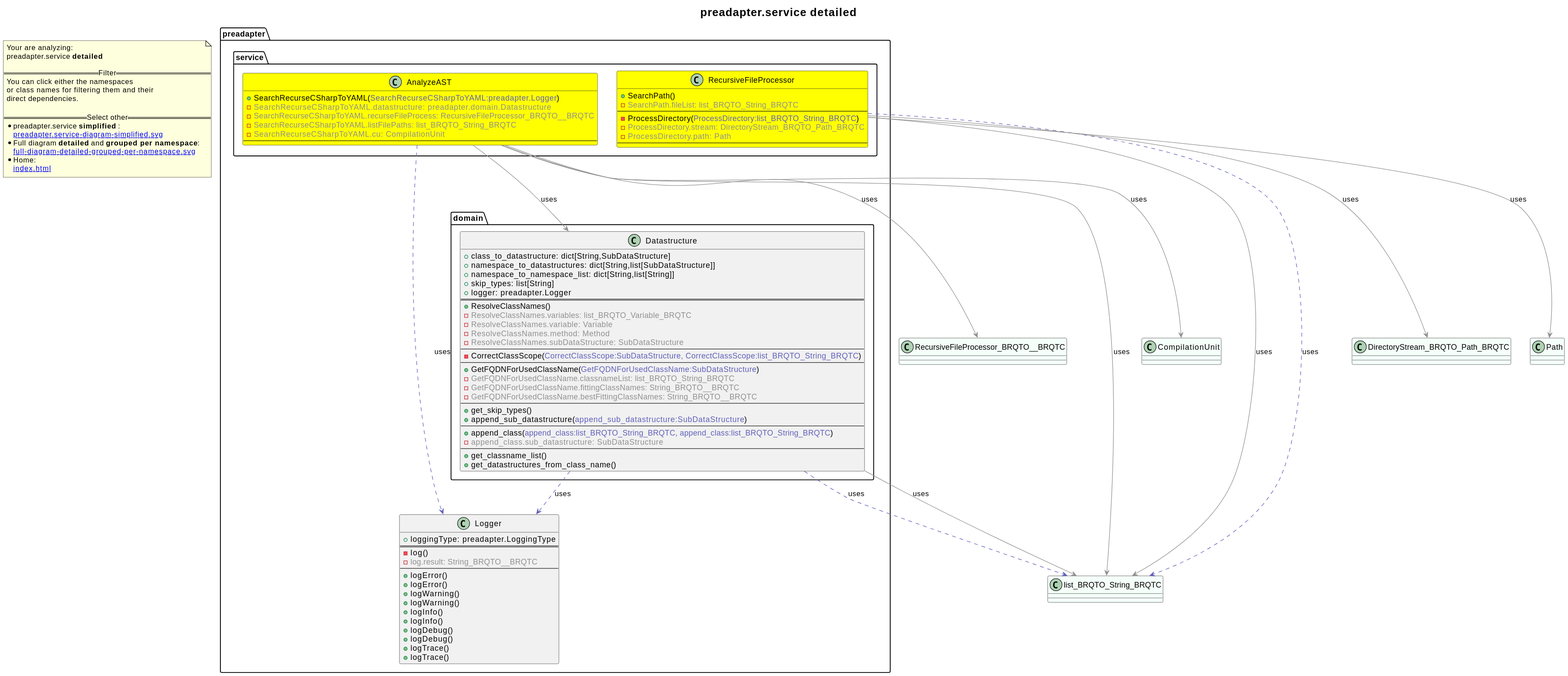
Before: revenger-java-adapter.out/preadapter.service-diagram-detailed.svg, a diagram exported from PlantUML (2BlackCoffees/revenger). The source it was exported from:
```plantuml
@startuml
title <size:20>preadapter.service **detailed** </size>
note "Your are analyzing:\npreadapter.service **detailed** \n\n==Filter==\nYou can click either the namespaces \nor class names for filtering them and their\ndirect dependencies.\n\n==Select other==\n* preadapter.service **simplified** :\n   [[preadapter.service-diagram-simplified.svg]]\n* Full diagram **detailed** and **grouped per namespace**:\n   [[full-diagram-detailed-grouped-per-namespace.svg]]\n* Home:\n   [[index.html]]" as FloatingNote
class RecursiveFileProcessor_BRQTO__BRQTC [[RecursiveFileProcessor_BRQTO__BRQTC-diagram-detailed.svg]] #MintCream {
}
class list_BRQTO_String_BRQTC [[list_BRQTO_String_BRQTC-diagram-detailed.svg]] #MintCream {
}
class CompilationUnit [[CompilationUnit-diagram-detailed.svg]] #MintCream {
}
class DirectoryStream_BRQTO_Path_BRQTC [[DirectoryStream_BRQTO_Path_BRQTC-diagram-detailed.svg]] #MintCream {
}
class Path [[Path-diagram-detailed.svg]] #MintCream {
}
class preadapter.Logger [[preadapter.Logger-diagram-detailed.svg]]  {
  + loggingType: preadapter.LoggingType
==
  - log(<font color="6060BB"></font>)
  - <font color="909090">log.result: String_BRQTO__BRQTC</font>
--
  + logError(<font color="6060BB"></font>)
  + logError(<font color="6060BB"></font>)
  + logWarning(<font color="6060BB"></font>)
  + logWarning(<font color="6060BB"></font>)
  + logInfo(<font color="6060BB"></font>)
  + logInfo(<font color="6060BB"></font>)
  + logDebug(<font color="6060BB"></font>)
  + logDebug(<font color="6060BB"></font>)
  + logTrace(<font color="6060BB"></font>)
  + logTrace(<font color="6060BB"></font>)
}
  class preadapter.domain.Datastructure [[preadapter.domain.Datastructure-diagram-detailed.svg]]  {
    + class_to_datastructure: dict[String,SubDataStructure]
    + namespace_to_datastructures: dict[String,list[SubDataStructure]]
    + namespace_to_namespace_list: dict[String,list[String]]
    + skip_types: list[String]
    + logger: preadapter.Logger
==
    + ResolveClassNames(<font color="6060BB"></font>)
    - <font color="909090">ResolveClassNames.variables: list_BRQTO_Variable_BRQTC</font>
    - <font color="909090">ResolveClassNames.variable: Variable</font>
    - <font color="909090">ResolveClassNames.method: Method</font>
    - <font color="909090">ResolveClassNames.subDataStructure: SubDataStructure</font>
--
    - CorrectClassScope(<font color="6060BB">CorrectClassScope:SubDataStructure, CorrectClassScope:list_BRQTO_String_BRQTC</font>)
--
    + GetFQDNForUsedClassName(<font color="6060BB">GetFQDNForUsedClassName:SubDataStructure</font>)
    - <font color="909090">GetFQDNForUsedClassName.classnameList: list_BRQTO_String_BRQTC</font>
    - <font color="909090">GetFQDNForUsedClassName.fittingClassNames: String_BRQTO__BRQTC</font>
    - <font color="909090">GetFQDNForUsedClassName.bestFittingClassNames: String_BRQTO__BRQTC</font>
--
    + get_skip_types(<font color="6060BB"></font>)
    + append_sub_datastructure(<font color="6060BB">append_sub_datastructure:SubDataStructure</font>)
--
    + append_class(<font color="6060BB">append_class:list_BRQTO_String_BRQTC, append_class:list_BRQTO_String_BRQTC</font>)
    - <font color="909090">append_class.sub_datastructure: SubDataStructure</font>
--
    + get_classname_list(<font color="6060BB"></font>)
    + get_datastructures_from_class_name(<font color="6060BB"></font>)
  }
  class preadapter.service.AnalyzeAST [[preadapter.service.AnalyzeAST-diagram-detailed.svg]] #yellow {
    + SearchRecurseCSharpToYAML(<font color="6060BB">SearchRecurseCSharpToYAML:preadapter.Logger</font>)
    - <font color="909090">SearchRecurseCSharpToYAML.datastructure: preadapter.domain.Datastructure</font>
    - <font color="909090">SearchRecurseCSharpToYAML.recurseFileProcess: RecursiveFileProcessor_BRQTO__BRQTC</font>
    - <font color="909090">SearchRecurseCSharpToYAML.listFilePaths: list_BRQTO_String_BRQTC</font>
    - <font color="909090">SearchRecurseCSharpToYAML.cu: CompilationUnit</font>
--
  }
  class preadapter.service.RecursiveFileProcessor [[preadapter.service.RecursiveFileProcessor-diagram-detailed.svg]] #yellow {
    + SearchPath(<font color="6060BB"></font>)
    - <font color="909090">SearchPath.fileList: list_BRQTO_String_BRQTC</font>
--
    - ProcessDirectory(<font color="6060BB">ProcessDirectory:list_BRQTO_String_BRQTC</font>)
    - <font color="909090">ProcessDirectory.stream: DirectoryStream_BRQTO_Path_BRQTC</font>
    - <font color="909090">ProcessDirectory.path: Path</font>
--
  }
preadapter.domain.Datastructure .[#6060BB].> preadapter.Logger  : uses
preadapter.domain.Datastructure .[#6060BB].> list_BRQTO_String_BRQTC  : uses
preadapter.domain.Datastructure -[#909090]-> list_BRQTO_String_BRQTC  : uses
preadapter.service.AnalyzeAST .[#6060BB].> preadapter.Logger  : uses
preadapter.service.AnalyzeAST -[#909090]-> preadapter.domain.Datastructure  : uses
preadapter.service.AnalyzeAST -[#909090]-> RecursiveFileProcessor_BRQTO__BRQTC  : uses
preadapter.service.AnalyzeAST -[#909090]-> list_BRQTO_String_BRQTC  : uses
preadapter.service.AnalyzeAST -[#909090]-> CompilationUnit  : uses
preadapter.service.RecursiveFileProcessor -[#909090]-> list_BRQTO_String_BRQTC  : uses
preadapter.service.RecursiveFileProcessor .[#6060BB].> list_BRQTO_String_BRQTC  : uses
preadapter.service.RecursiveFileProcessor -[#909090]-> DirectoryStream_BRQTO_Path_BRQTC  : uses
preadapter.service.RecursiveFileProcessor -[#909090]-> Path  : uses
@enduml
```
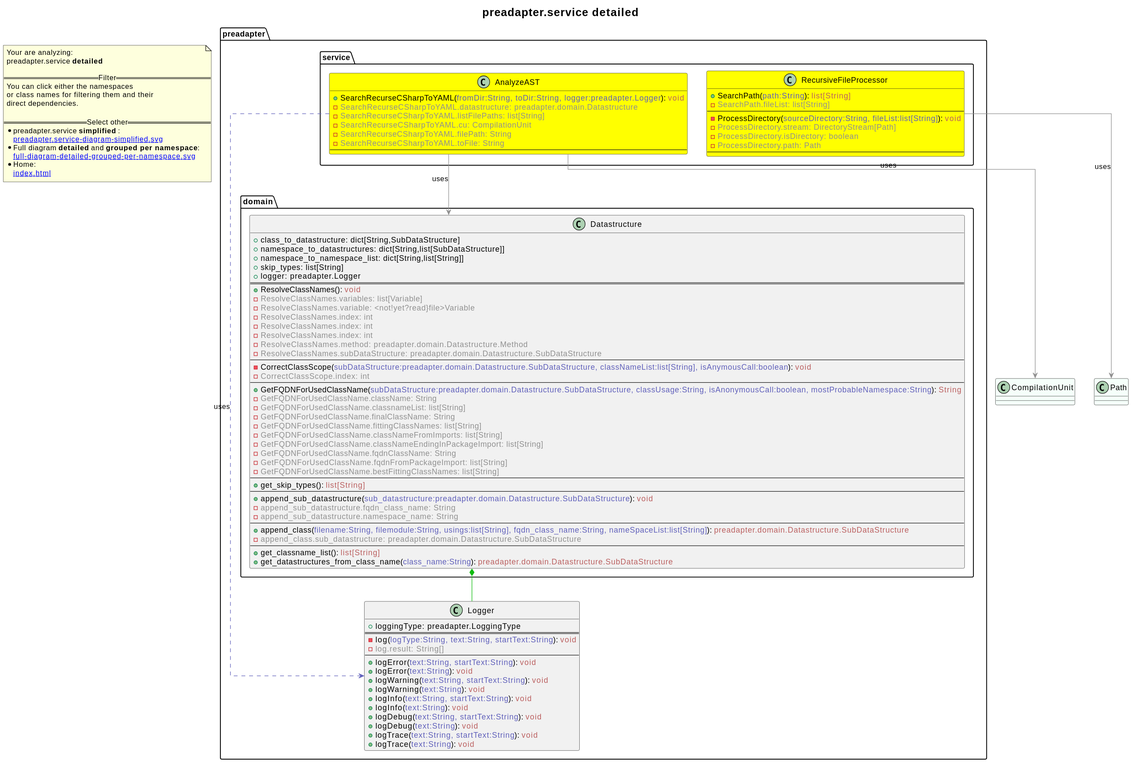
After the change.

What changed in the source:
```diff
@@ -1,32 +1,27 @@
 @startuml
+skinparam linetype ortho
 title <size:20>preadapter.service **detailed** </size>
 note "Your are analyzing:\npreadapter.service **detailed** \n\n==Filter==\nYou can click either the namespaces \nor class names for filtering them and their\ndirect dependencies.\n\n==Select other==\n* preadapter.service **simplified** :\n   [[preadapter.service-diagram-simplified.svg]]\n* Full diagram **detailed** and **grouped per namespace**:\n   [[full-diagram-detailed-grouped-per-namespace.svg]]\n* Home:\n   [[index.html]]" as FloatingNote
-class RecursiveFileProcessor_BRQTO__BRQTC [[RecursiveFileProcessor_BRQTO__BRQTC-diagram-detailed.svg]] #MintCream {
-}
-class list_BRQTO_String_BRQTC [[list_BRQTO_String_BRQTC-diagram-detailed.svg]] #MintCream {
-}
 class CompilationUnit [[CompilationUnit-diagram-detailed.svg]] #MintCream {
-}
-class DirectoryStream_BRQTO_Path_BRQTC [[DirectoryStream_BRQTO_Path_BRQTC-diagram-detailed.svg]] #MintCream {
 }
 class Path [[Path-diagram-detailed.svg]] #MintCream {
 }
 class preadapter.Logger [[preadapter.Logger-diagram-detailed.svg]]  {
   + loggingType: preadapter.LoggingType
 ==
-  - log(<font color="6060BB"></font>)
-  - <font color="909090">log.result: String_BRQTO__BRQTC</font>
+  - log(<font color="6060BB">logType:String, text:String, startText:String</font>): <font color="BB6060">void</font>
+  - <font color="909090">log.result: String[]</font>
 --
-  + logError(<font color="6060BB"></font>)
-  + logError(<font color="6060BB"></font>)
-  + logWarning(<font color="6060BB"></font>)
-  + logWarning(<font color="6060BB"></font>)
-  + logInfo(<font color="6060BB"></font>)
-  + logInfo(<font color="6060BB"></font>)
-  + logDebug(<font color="6060BB"></font>)
-  + logDebug(<font color="6060BB"></font>)
-  + logTrace(<font color="6060BB"></font>)
-  + logTrace(<font color="6060BB"></font>)
+  + logError(<font color="6060BB">text:String, startText:String</font>): <font color="BB6060">void</font>
+  + logError(<font color="6060BB">text:String</font>): <font color="BB6060">void</font>
+  + logWarning(<font color="6060BB">text:String, startText:String</font>): <font color="BB6060">void</font>
+  + logWarning(<font color="6060BB">text:String</font>): <font color="BB6060">void</font>
+  + logInfo(<font color="6060BB">text:String, startText:String</font>): <font color="BB6060">void</font>
+  + logInfo(<font color="6060BB">text:String</font>): <font color="BB6060">void</font>
+  + logDebug(<font color="6060BB">text:String, startText:String</font>): <font color="BB6060">void</font>
+  + logDebug(<font color="6060BB">text:String</font>): <font color="BB6060">void</font>
+  + logTrace(<font color="6060BB">text:String, startText:String</font>): <font color="BB6060">void</font>
+  + logTrace(<font color="6060BB">text:String</font>): <font color="BB6060">void</font>
 }
   class preadapter.domain.Datastructure [[preadapter.domain.Datastructure-diagram-detailed.svg]]  {
     + class_to_datastructure: dict[String,SubDataStructure]
@@ -35,55 +30,63 @@
     + skip_types: list[String]
     + logger: preadapter.Logger
 ==
-    + ResolveClassNames(<font color="6060BB"></font>)
-    - <font color="909090">ResolveClassNames.variables: list_BRQTO_Variable_BRQTC</font>
-    - <font color="909090">ResolveClassNames.variable: Variable</font>
-    - <font color="909090">ResolveClassNames.method: Method</font>
-    - <font color="909090">ResolveClassNames.subDataStructure: SubDataStructure</font>
+    + ResolveClassNames(<font color="6060BB"></font>): <font color="BB6060">void</font>
+    - <font color="909090">ResolveClassNames.variables: list[Variable]</font>
+    - <font color="909090">ResolveClassNames.variable: <not!yet?read}file>Variable</font>
+    - <font color="909090">ResolveClassNames.index: int</font>
+    - <font color="909090">ResolveClassNames.index: int</font>
+    - <font color="909090">ResolveClassNames.index: int</font>
+    - <font color="909090">ResolveClassNames.method: preadapter.domain.Datastructure.Method</font>
+    - <font color="909090">ResolveClassNames.subDataStructure: preadapter.domain.Datastructure.SubDataStructure</font>
 --
-    - CorrectClassScope(<font color="6060BB">CorrectClassScope:SubDataStructure, CorrectClassScope:list_BRQTO_String_BRQTC</font>)
+    - CorrectClassScope(<font color="6060BB">subDataStructure:preadapter.domain.Datastructure.SubDataStructure, classNameList:list[String], isAnymousCall:boolean</font>): <font color="BB6060">void</font>
+    - <font color="909090">CorrectClassScope.index: int</font>
 --
-    + GetFQDNForUsedClassName(<font color="6060BB">GetFQDNForUsedClassName:SubDataStructure</font>)
-    - <font color="909090">GetFQDNForUsedClassName.classnameList: list_BRQTO_String_BRQTC</font>
-    - <font color="909090">GetFQDNForUsedClassName.fittingClassNames: String_BRQTO__BRQTC</font>
-    - <font color="909090">GetFQDNForUsedClassName.bestFittingClassNames: String_BRQTO__BRQTC</font>
+    + GetFQDNForUsedClassName(<font color="6060BB">subDataStructure:preadapter.domain.Datastructure.SubDataStructure, classUsage:String, isAnonymousCall:boolean, mostProbableNamespace:String</font>): <font color="BB6060">String</font>
+    - <font color="909090">GetFQDNForUsedClassName.className: String</font>
+    - <font color="909090">GetFQDNForUsedClassName.classnameList: list[String]</font>
+    - <font color="909090">GetFQDNForUsedClassName.finalClassName: String</font>
+    - <font color="909090">GetFQDNForUsedClassName.fittingClassNames: list[String]</font>
+    - <font color="909090">GetFQDNForUsedClassName.classNameFromImports: list[String]</font>
+    - <font color="909090">GetFQDNForUsedClassName.classNameEndingInPackageImport: list[String]</font>
+    - <font color="909090">GetFQDNForUsedClassName.fqdnClassName: String</font>
+    - <font color="909090">GetFQDNForUsedClassName.fqdnFromPackageImport: list[String]</font>
+    - <font color="909090">GetFQDNForUsedClassName.bestFittingClassNames: list[String]</font>
 --
-    + get_skip_types(<font color="6060BB"></font>)
-    + append_sub_datastructure(<font color="6060BB">append_sub_datastructure:SubDataStructure</font>)
+    + get_skip_types(<font color="6060BB"></font>): <font color="BB6060">list[String]</font>
 --
-    + append_class(<font color="6060BB">append_class:list_BRQTO_String_BRQTC, append_class:list_BRQTO_String_BRQTC</font>)
-    - <font color="909090">append_class.sub_datastructure: SubDataStructure</font>
+    + append_sub_datastructure(<font color="6060BB">sub_datastructure:preadapter.domain.Datastructure.SubDataStructure</font>): <font color="BB6060">void</font>
+    - <font color="909090">append_sub_datastructure.fqdn_class_name: String</font>
+    - <font color="909090">append_sub_datastructure.namespace_name: String</font>
 --
-    + get_classname_list(<font color="6060BB"></font>)
-    + get_datastructures_from_class_name(<font color="6060BB"></font>)
+    + append_class(<font color="6060BB">filename:String, filemodule:String, usings:list[String], fqdn_class_name:String, nameSpaceList:list[String]</font>): <font color="BB6060">preadapter.domain.Datastructure.SubDataStructure</font>
+    - <font color="909090">append_class.sub_datastructure: preadapter.domain.Datastructure.SubDataStructure</font>
+--
+    + get_classname_list(<font color="6060BB"></font>): <font color="BB6060">list[String]</font>
+    + get_datastructures_from_class_name(<font color="6060BB">class_name:String</font>): <font color="BB6060">preadapter.domain.Datastructure.SubDataStructure</font>
   }
   class preadapter.service.AnalyzeAST [[preadapter.service.AnalyzeAST-diagram-detailed.svg]] #yellow {
-    + SearchRecurseCSharpToYAML(<font color="6060BB">SearchRecurseCSharpToYAML:preadapter.Logger</font>)
+    + SearchRecurseCSharpToYAML(<font color="6060BB">fromDir:String, toDir:String, logger:preadapter.Logger</font>): <font color="BB6060">void</font>
     - <font color="909090">SearchRecurseCSharpToYAML.datastructure: preadapter.domain.Datastructure</font>
-    - <font color="909090">SearchRecurseCSharpToYAML.recurseFileProcess: RecursiveFileProcessor_BRQTO__BRQTC</font>
-    - <font color="909090">SearchRecurseCSharpToYAML.listFilePaths: list_BRQTO_String_BRQTC</font>
+    - <font color="909090">SearchRecurseCSharpToYAML.listFilePaths: list[String]</font>
     - <font color="909090">SearchRecurseCSharpToYAML.cu: CompilationUnit</font>
+    - <font color="909090">SearchRecurseCSharpToYAML.filePath: String</font>
+    - <font color="909090">SearchRecurseCSharpToYAML.toFile: String</font>
 --
   }
   class preadapter.service.RecursiveFileProcessor [[preadapter.service.RecursiveFileProcessor-diagram-detailed.svg]] #yellow {
-    + SearchPath(<font color="6060BB"></font>)
-    - <font color="909090">SearchPath.fileList: list_BRQTO_String_BRQTC</font>
+    + SearchPath(<font color="6060BB">path:String</font>): <font color="BB6060">list[String]</font>
+    - <font color="909090">SearchPath.fileList: list[String]</font>
 --
-    - ProcessDirectory(<font color="6060BB">ProcessDirectory:list_BRQTO_String_BRQTC</font>)
-    - <font color="909090">ProcessDirectory.stream: DirectoryStream_BRQTO_Path_BRQTC</font>
+    - ProcessDirectory(<font color="6060BB">sourceDirectory:String, fileList:list[String]</font>): <font color="BB6060">void</font>
+    - <font color="909090">ProcessDirectory.stream: DirectoryStream[Path]</font>
+    - <font color="909090">ProcessDirectory.isDirectory: boolean</font>
     - <font color="909090">ProcessDirectory.path: Path</font>
 --
   }
-preadapter.domain.Datastructure .[#6060BB].> preadapter.Logger  : uses
-preadapter.domain.Datastructure .[#6060BB].> list_BRQTO_String_BRQTC  : uses
-preadapter.domain.Datastructure -[#909090]-> list_BRQTO_String_BRQTC  : uses
+preadapter.domain.Datastructure *-[#10BB10]- preadapter.Logger
 preadapter.service.AnalyzeAST .[#6060BB].> preadapter.Logger  : uses
 preadapter.service.AnalyzeAST -[#909090]-> preadapter.domain.Datastructure  : uses
-preadapter.service.AnalyzeAST -[#909090]-> RecursiveFileProcessor_BRQTO__BRQTC  : uses
-preadapter.service.AnalyzeAST -[#909090]-> list_BRQTO_String_BRQTC  : uses
 preadapter.service.AnalyzeAST -[#909090]-> CompilationUnit  : uses
-preadapter.service.RecursiveFileProcessor -[#909090]-> list_BRQTO_String_BRQTC  : uses
-preadapter.service.RecursiveFileProcessor .[#6060BB].> list_BRQTO_String_BRQTC  : uses
-preadapter.service.RecursiveFileProcessor -[#909090]-> DirectoryStream_BRQTO_Path_BRQTC  : uses
 preadapter.service.RecursiveFileProcessor -[#909090]-> Path  : uses
 @enduml
```
